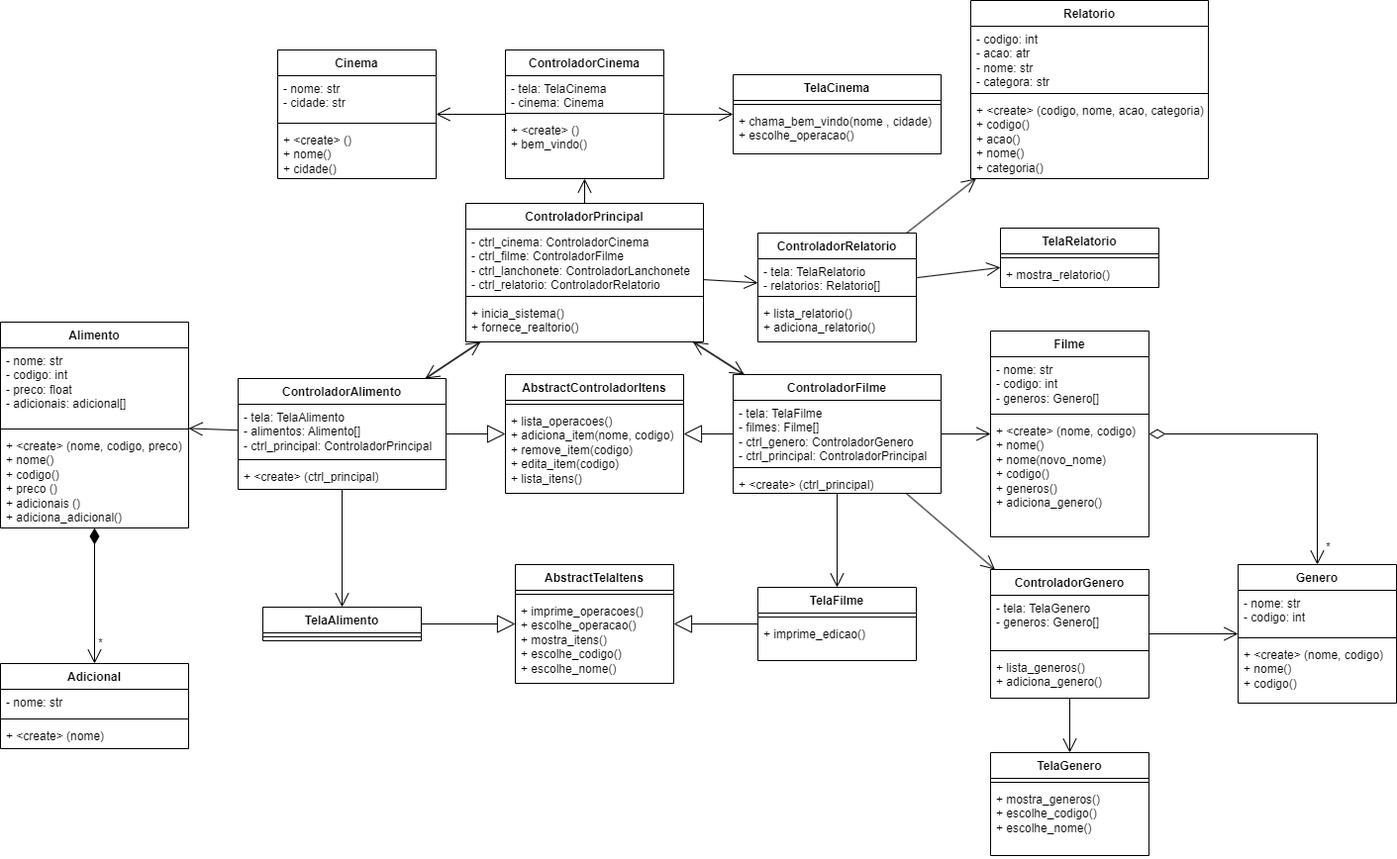
Before: ModelagemCinema.png, a diagram exported from draw.io (Gustavo-kohler/TrabalhoDSO). Source tidied: cells renumbered, new cells last; positions are measured from the earlier drawing's top-left corner, leaving out a move shared by most shapes.
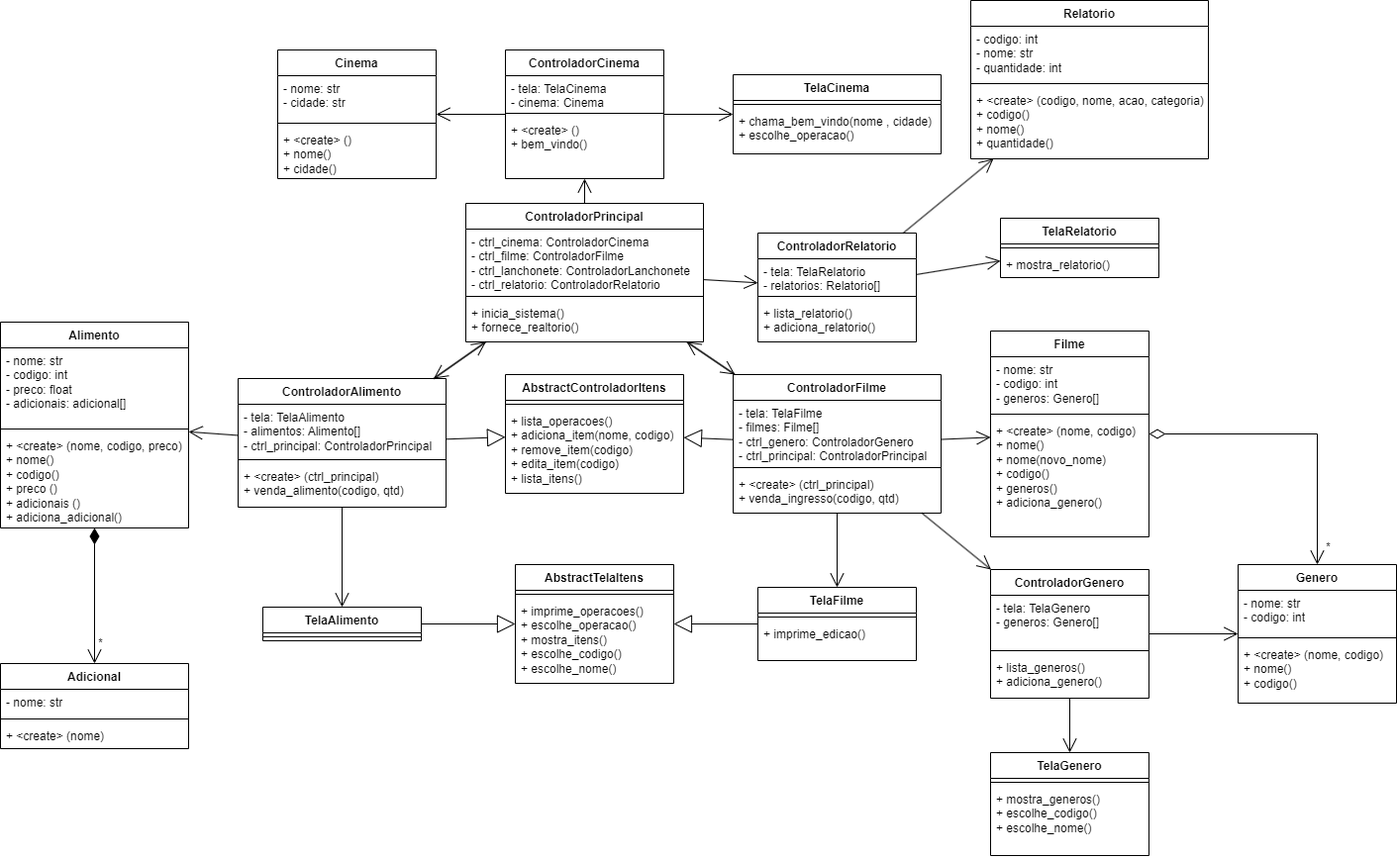
Later version of the same file.

Commit message:
atualização da modelagem

Change to the diagram source:
```diff
@@ -48,7 +48,7 @@
       <mxGeometry y="98" width="240" height="42" as="geometry" />
     </mxCell>
     <mxCell id="17" value="ControladorAlimento" style="swimlane;fontStyle=1;align=center;verticalAlign=top;horizontal=1;startSize=26;whiteSpace=wrap;html=1;" parent="1" vertex="1">
-      <mxGeometry x="240" y="382" width="210" height="112" as="geometry" />
+      <mxGeometry x="240" y="382" width="210" height="130" as="geometry" />
     </mxCell>
     <mxCell id="18" value="- tela: TelaAlimento&lt;br style=&quot;border-color: var(--border-color);&quot;&gt;- alimentos: Alimento[]&lt;br&gt;- ctrl_principal: ControladorPrincipal" style="text;strokeColor=none;fillColor=none;align=left;verticalAlign=top;spacingLeft=4;spacingRight=4;overflow=hidden;whiteSpace=wrap;html=1;" parent="17" vertex="1">
       <mxGeometry y="26" width="210" height="52" as="geometry" />
@@ -56,8 +56,8 @@
     <mxCell id="19" style="line;strokeWidth=1;fillColor=none;align=left;verticalAlign=middle;spacingTop=-1;spacingLeft=3;spacingRight=3;labelPosition=right;strokeColor=inherit;" parent="17" vertex="1">
       <mxGeometry y="78" width="210" height="8" as="geometry" />
     </mxCell>
-    <mxCell id="20" value="+ &amp;lt;create&amp;gt; (ctrl_principal)" style="text;strokeColor=none;fillColor=none;align=left;verticalAlign=top;spacingLeft=4;spacingRight=4;overflow=hidden;whiteSpace=wrap;html=1;" parent="17" vertex="1">
-      <mxGeometry y="86" width="210" height="26" as="geometry" />
+    <mxCell id="20" value="+ &amp;lt;create&amp;gt; (ctrl_principal)&lt;br&gt;+ venda_alimento(codigo, qtd)" style="text;strokeColor=none;fillColor=none;align=left;verticalAlign=top;spacingLeft=4;spacingRight=4;overflow=hidden;whiteSpace=wrap;html=1;" parent="17" vertex="1">
+      <mxGeometry y="86" width="210" height="44" as="geometry" />
     </mxCell>
     <mxCell id="21" value="Filme" style="swimlane;fontStyle=1;align=center;verticalAlign=top;horizontal=1;startSize=26;whiteSpace=wrap;html=1;" parent="1" vertex="1">
       <mxGeometry x="1000" y="334" width="160" height="208" as="geometry" />
@@ -99,7 +99,7 @@
       <mxGeometry y="34" width="180" height="86" as="geometry" />
     </mxCell>
     <mxCell id="34" value="ControladorFilme" style="swimlane;fontStyle=1;align=center;verticalAlign=top;horizontal=1;startSize=26;whiteSpace=wrap;html=1;" parent="1" vertex="1">
-      <mxGeometry x="740" y="378" width="210" height="120" as="geometry" />
+      <mxGeometry x="740" y="378" width="210" height="140" as="geometry" />
     </mxCell>
     <mxCell id="35" value="- tela: TelaFilme&lt;br style=&quot;border-color: var(--border-color);&quot;&gt;- filmes: Filme[]&lt;br&gt;- ctrl_genero: ControladorGenero&lt;br&gt;- ctrl_principal: ControladorPrincipal" style="text;strokeColor=none;fillColor=none;align=left;verticalAlign=top;spacingLeft=4;spacingRight=4;overflow=hidden;whiteSpace=wrap;html=1;" parent="34" vertex="1">
       <mxGeometry y="26" width="210" height="64" as="geometry" />
@@ -107,8 +107,8 @@
     <mxCell id="36" style="line;strokeWidth=1;fillColor=none;align=left;verticalAlign=middle;spacingTop=-1;spacingLeft=3;spacingRight=3;labelPosition=right;strokeColor=inherit;" parent="34" vertex="1">
       <mxGeometry y="90" width="210" height="8" as="geometry" />
     </mxCell>
-    <mxCell id="37" value="+ &amp;lt;create&amp;gt; (ctrl_principal)" style="text;strokeColor=none;fillColor=none;align=left;verticalAlign=top;spacingLeft=4;spacingRight=4;overflow=hidden;whiteSpace=wrap;html=1;" parent="34" vertex="1">
-      <mxGeometry y="98" width="210" height="22" as="geometry" />
+    <mxCell id="37" value="+ &amp;lt;create&amp;gt; (ctrl_principal)&lt;br&gt;+ venda_ingresso(codigo, qtd)" style="text;strokeColor=none;fillColor=none;align=left;verticalAlign=top;spacingLeft=4;spacingRight=4;overflow=hidden;whiteSpace=wrap;html=1;" parent="34" vertex="1">
+      <mxGeometry y="98" width="210" height="42" as="geometry" />
     </mxCell>
     <mxCell id="38" value="Adicional" style="swimlane;fontStyle=1;align=center;verticalAlign=top;horizontal=1;startSize=26;whiteSpace=wrap;html=1;" parent="1" vertex="1">
       <mxGeometry y="670" width="190" height="86" as="geometry" />
@@ -250,19 +250,19 @@
       <mxGeometry y="68" width="160" height="42" as="geometry" />
     </mxCell>
     <mxCell id="83" value="Relatorio" style="swimlane;fontStyle=1;align=center;verticalAlign=top;horizontal=1;startSize=26;whiteSpace=wrap;html=1;" parent="1" vertex="1">
-      <mxGeometry x="980" width="240" height="180" as="geometry" />
+      <mxGeometry x="980" width="240" height="160" as="geometry" />
     </mxCell>
-    <mxCell id="84" value="- codigo: int&lt;br&gt;- acao: atr&lt;br&gt;- nome: str&lt;br&gt;- categora: str" style="text;strokeColor=none;fillColor=none;align=left;verticalAlign=top;spacingLeft=4;spacingRight=4;overflow=hidden;whiteSpace=wrap;html=1;" parent="83" vertex="1">
-      <mxGeometry y="26" width="240" height="64" as="geometry" />
+    <mxCell id="84" value="- codigo: int&lt;br&gt;- nome: str&lt;br&gt;- quantidade: int" style="text;strokeColor=none;fillColor=none;align=left;verticalAlign=top;spacingLeft=4;spacingRight=4;overflow=hidden;whiteSpace=wrap;html=1;" parent="83" vertex="1">
+      <mxGeometry y="26" width="240" height="54" as="geometry" />
     </mxCell>
     <mxCell id="85" style="line;strokeWidth=1;fillColor=none;align=left;verticalAlign=middle;spacingTop=-1;spacingLeft=3;spacingRight=3;labelPosition=right;strokeColor=inherit;" parent="83" vertex="1">
-      <mxGeometry y="90" width="240" height="8" as="geometry" />
+      <mxGeometry y="80" width="240" height="8" as="geometry" />
     </mxCell>
-    <mxCell id="86" value="+ &amp;lt;create&amp;gt; (codigo, nome, acao, categoria)&lt;br&gt;+ codigo()&lt;br&gt;+ acao()&lt;br&gt;+ nome()&lt;br&gt;+ categoria()" style="text;strokeColor=none;fillColor=none;align=left;verticalAlign=top;spacingLeft=4;spacingRight=4;overflow=hidden;whiteSpace=wrap;html=1;" parent="83" vertex="1">
-      <mxGeometry y="98" width="240" height="82" as="geometry" />
+    <mxCell id="86" value="+ &amp;lt;create&amp;gt; (codigo, nome, acao, categoria)&lt;br&gt;+ codigo()&lt;br&gt;+ nome()&lt;br&gt;+ quantidade()" style="text;strokeColor=none;fillColor=none;align=left;verticalAlign=top;spacingLeft=4;spacingRight=4;overflow=hidden;whiteSpace=wrap;html=1;" parent="83" vertex="1">
+      <mxGeometry y="88" width="240" height="72" as="geometry" />
     </mxCell>
     <mxCell id="87" value="TelaRelatorio" style="swimlane;fontStyle=1;align=center;verticalAlign=top;horizontal=1;startSize=26;whiteSpace=wrap;html=1;" parent="1" vertex="1">
-      <mxGeometry x="1010" y="230" width="160" height="60" as="geometry" />
+      <mxGeometry x="1010" y="220" width="160" height="60" as="geometry" />
     </mxCell>
     <mxCell id="88" style="line;strokeWidth=1;fillColor=none;align=left;verticalAlign=middle;spacingTop=-1;spacingLeft=3;spacingRight=3;labelPosition=right;strokeColor=inherit;" parent="87" vertex="1">
       <mxGeometry y="26" width="160" height="8" as="geometry" />
```
